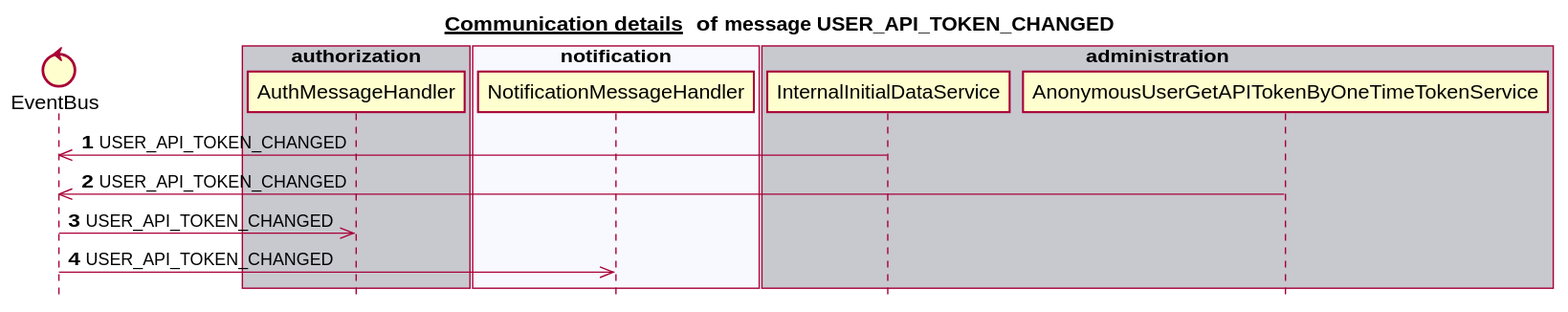
Before: docs/latest/images/gen_domain_messaging_user_api_token_changed.svg, a diagram exported from PlantUML (mercedes-benz/sechub). Its diagram source:
```plantuml
@startuml


title __Communication details __ of **message USER_API_TOKEN_CHANGED**
skinparam style strictuml


control EventBus
box "scan" #C8C8CF
end box
box "schedule" #F8F8FF
end box
box "authorization" #C8C8CF
   participant AuthMessageHandler
end box
box "notification" #F8F8FF
   participant NotificationMessageHandler
end box
box "administration" #C8C8CF
   participant InternalInitialDataService
   participant AnonymousUserGetAPITokenByOneTimeTokenService
end box
autonumber 1
InternalInitialDataService ->> EventBus:USER_API_TOKEN_CHANGED
AnonymousUserGetAPITokenByOneTimeTokenService ->> EventBus:USER_API_TOKEN_CHANGED
EventBus ->> AuthMessageHandler:USER_API_TOKEN_CHANGED
EventBus ->> NotificationMessageHandler:USER_API_TOKEN_CHANGED
autonumber stop


@enduml
```
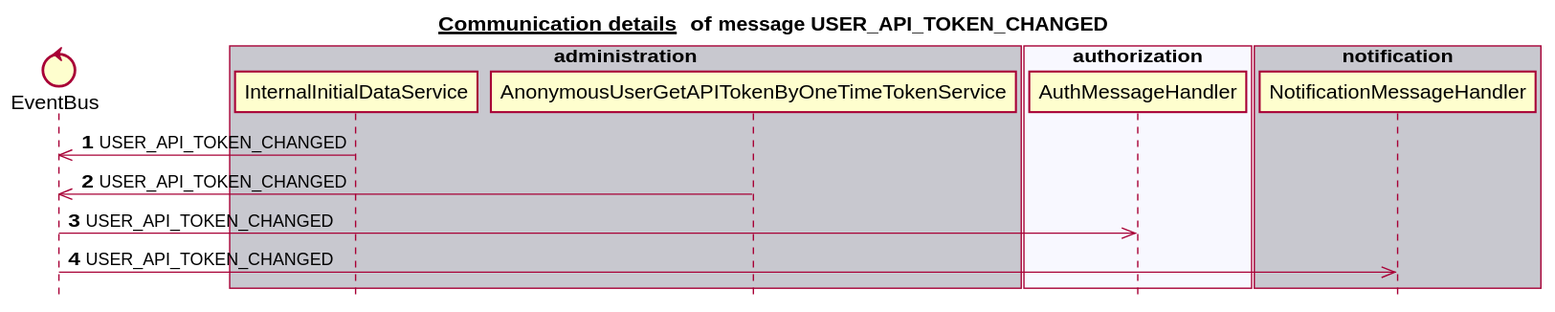
Later version of the same file.

What changed in the source:
```diff
@@ -10,15 +10,15 @@
 end box
 box "schedule" #F8F8FF
 end box
-box "authorization" #C8C8CF
-   participant AuthMessageHandler
-end box
-box "notification" #F8F8FF
-   participant NotificationMessageHandler
-end box
 box "administration" #C8C8CF
    participant InternalInitialDataService
    participant AnonymousUserGetAPITokenByOneTimeTokenService
+end box
+box "authorization" #F8F8FF
+   participant AuthMessageHandler
+end box
+box "notification" #C8C8CF
+   participant NotificationMessageHandler
 end box
 autonumber 1
 InternalInitialDataService ->> EventBus:USER_API_TOKEN_CHANGED
```
